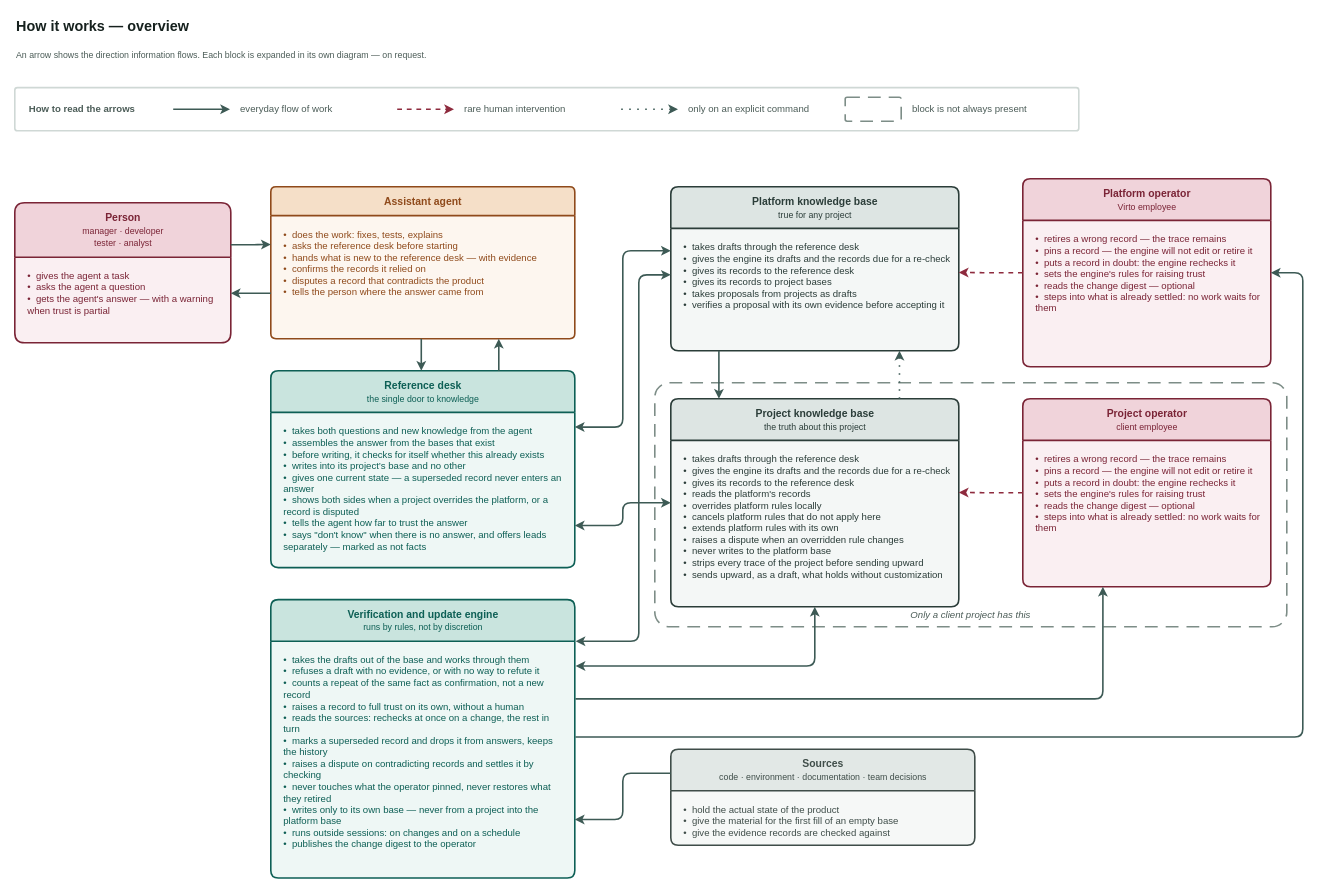
Above: page "Overview" (1 of 5) of docs/adr/adr-knowledge-base-v3-overview.drawio in VirtoCommerce/ai-tools (draw.io), before the change. Source tidied: cells renumbered, new cells numbered last; positions are measured from the earlier drawing's top-left corner, leaving out a move shared by most shapes. Both pictures are drawn from the tidied source at 80%, with x=0, y=0 at pixel (14, 14).
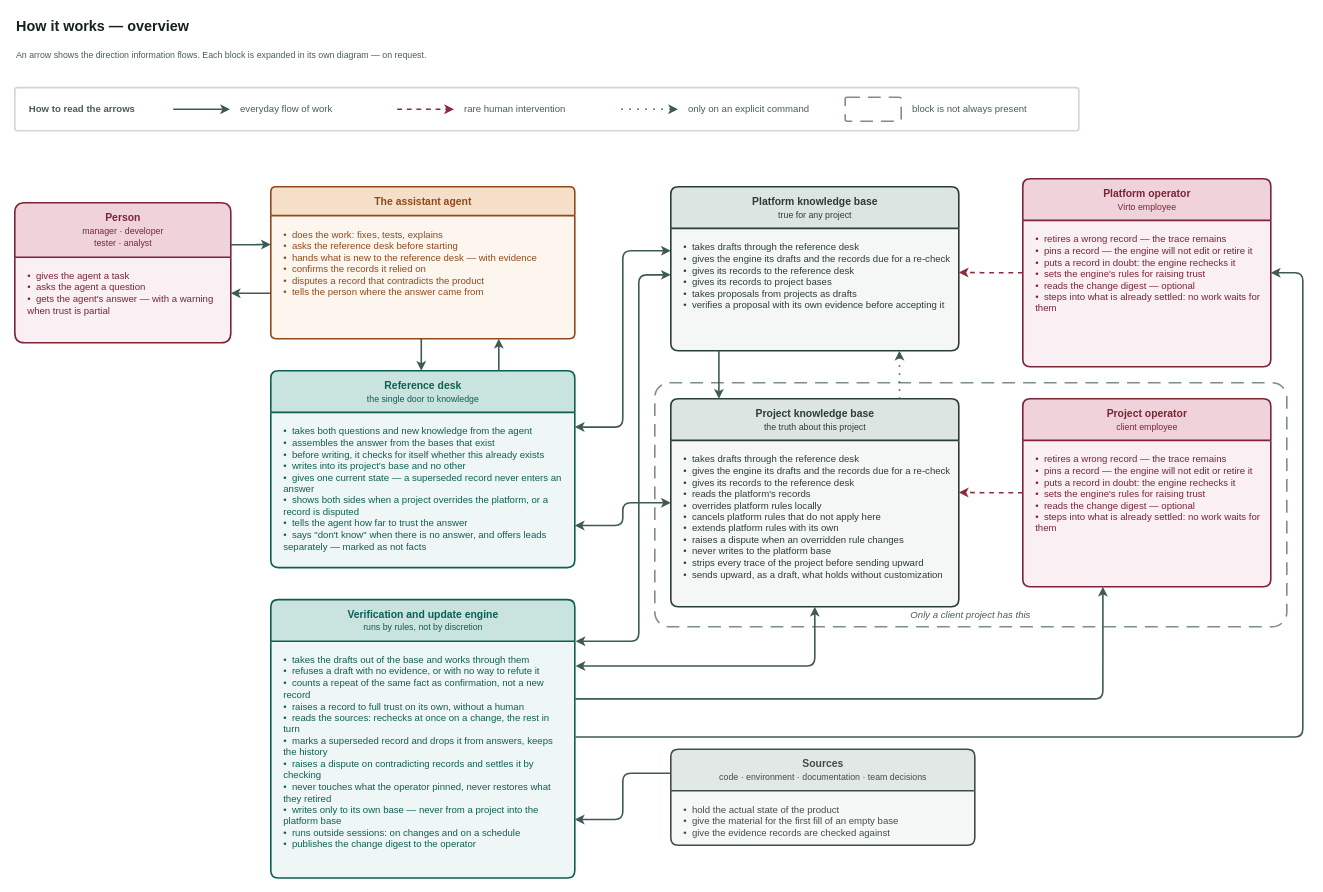
The same page after the edit.

Commit message:
docs(adr): kb v3 — page 5, the agent: who fills the base and on what terms (VCST-5776)

Diff of the diagram source:
```diff
@@
-    <mxCell id="21" value="Assistant agent" style="swimlane;html=1;rounded=1;arcSize=6;startSize=36;horizontal=1;fillColor=#f5dfc8;swimlaneFillColor=#fdf6ef;strokeColor=#8f4a1b;fontColor=#8f4a1b;fontSize=13;fontStyle=1;align=center;verticalAlign=middle;strokeWidth=2;fontFamily=Helvetica;" parent="1" vertex="1">
+    <mxCell id="21" value="The assistant agent" style="swimlane;html=1;rounded=1;arcSize=6;startSize=36;horizontal=1;fillColor=#f5dfc8;swimlaneFillColor=#fdf6ef;strokeColor=#8f4a1b;fontColor=#8f4a1b;fontSize=13;fontStyle=1;align=center;verticalAlign=middle;strokeWidth=2;fontFamily=Helvetica;" parent="1" vertex="1">
       <mxGeometry x="320" y="216" width="380" height="190" as="geometry" />
     </mxCell>
```
